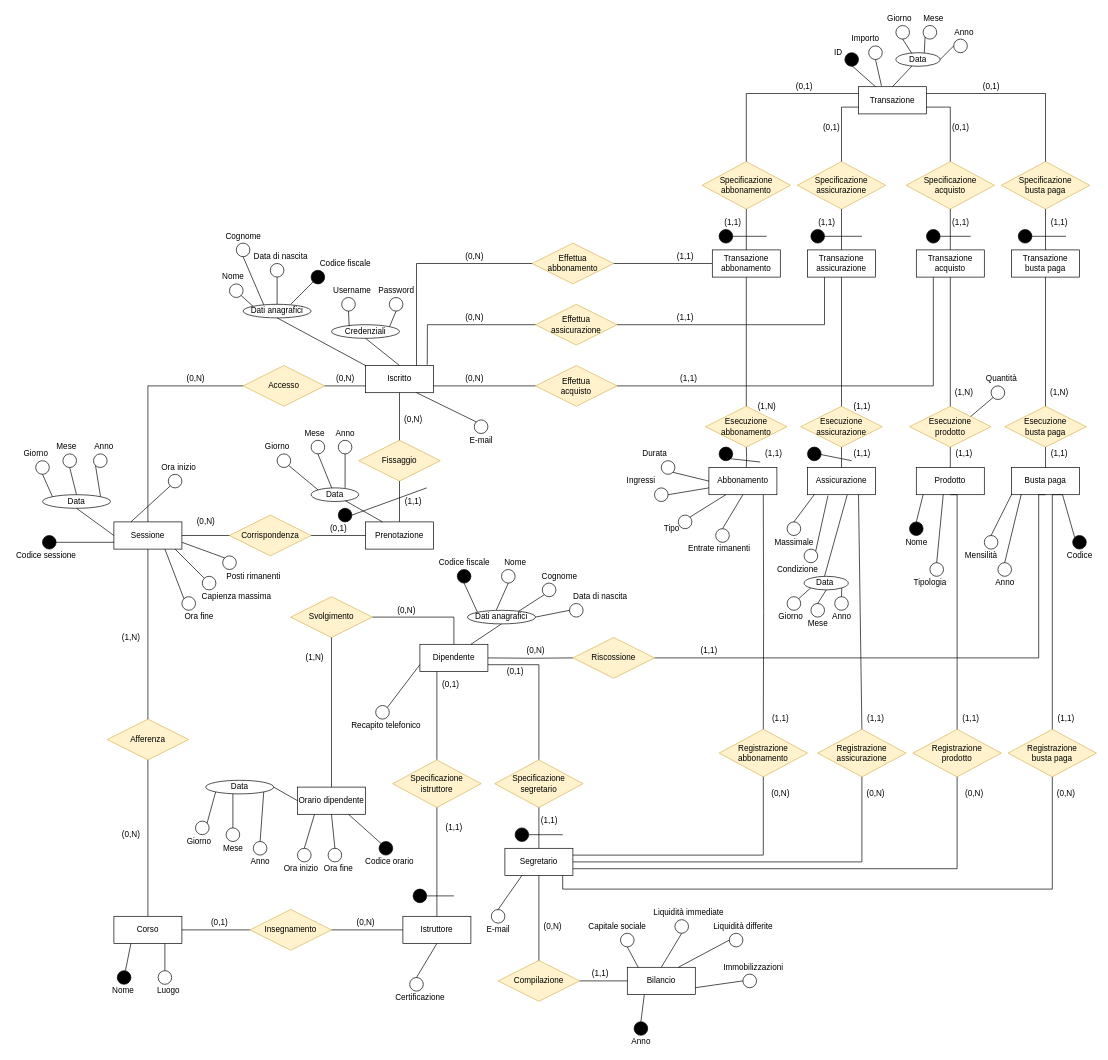
The draw.io diagram Diagrammi ER/ER_senza_gerarchie.drawio in DavideNunin/anconarockclimb, before the edit. Source tidied: cells renumbered, new cells numbered last; positions are measured from the earlier drawing's top-left corner, leaving out a move shared by most shapes. Both pictures are drawn from the tidied source at 68%, with x=0, y=0 at pixel (12, 12).
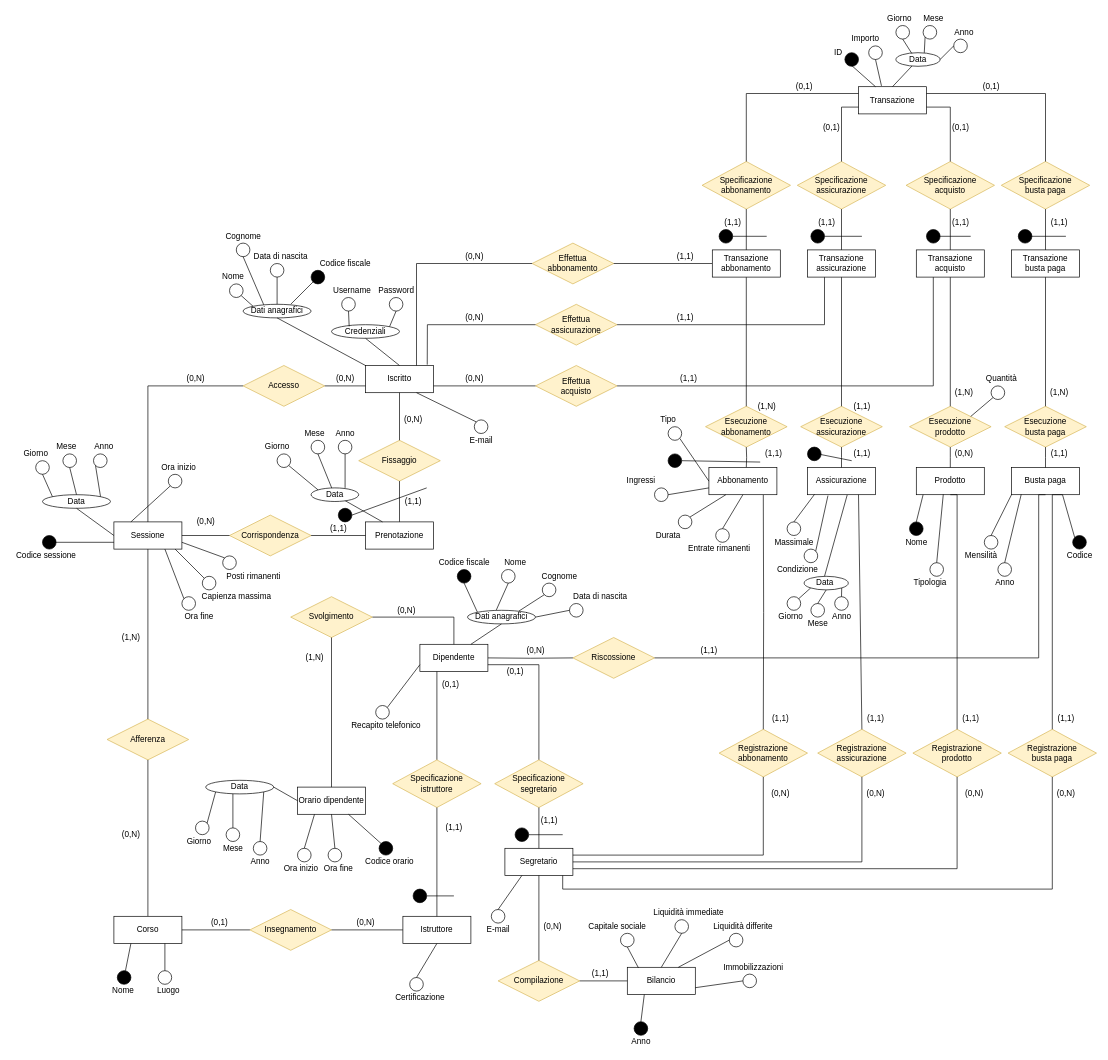
Above is the later version.

The change refers to these unchanged cells:
```xml
<mxCell id="131" value="(1,1)" style="text;html=1;align=center;verticalAlign=middle;points=[];strokeColor=none;fillColor=none;" parent="1" vertex="1">
  <mxGeometry x="1100" y="640" width="40" height="20" as="geometry" />
</mxCell>
```

Change to the diagram source:
```diff
@@
     <mxCell id="87" style="ellipse;whiteSpace=wrap;html=1;glass=0;fillColor=#000000;" parent="1" vertex="1">
-      <mxGeometry x="1040" y="640" width="20" height="20" as="geometry" />
+      <mxGeometry x="965" y="650" width="20" height="20" as="geometry" />
     </mxCell>
-    <mxCell id="88" style="endArrow=none;html=1;rounded=0;exitX=1;exitY=1;exitDx=0;exitDy=0;entryX=0.01;entryY=1.1;entryDx=0;entryDy=0;entryPerimeter=0;" parent="1" edge="1" source="87" target="131">
+    <mxCell id="88" style="endArrow=none;html=1;rounded=0;entryX=0.01;entryY=1.1;entryDx=0;entryDy=0;entryPerimeter=0;exitX=1;exitY=0.5;exitDx=0;exitDy=0;" parent="1" edge="1" source="87" target="131">
       <mxGeometry relative="1" as="geometry" />
     </mxCell>
@@
-    <mxCell id="114" value="(0,1)" style="text;html=1;align=center;verticalAlign=middle;strokeColor=none;fillColor=none;" parent="1" vertex="1">
+    <mxCell id="114" value="(1,1)" style="text;html=1;align=center;verticalAlign=middle;strokeColor=none;fillColor=none;" parent="1" vertex="1">
       <mxGeometry x="460" y="750" width="40" height="20" as="geometry" />
     </mxCell>
@@
-    <mxCell id="135" value="(1,1)" style="text;html=1;align=center;verticalAlign=middle;strokeColor=none;fillColor=none;" parent="1" vertex="1">
+    <mxCell id="135" value="(0,N)" style="text;html=1;align=center;verticalAlign=middle;strokeColor=none;fillColor=none;" parent="1" vertex="1">
       <mxGeometry x="1380" y="640" width="40" height="20" as="geometry" />
     </mxCell>
@@
     <mxCell id="246" style="ellipse;whiteSpace=wrap;html=1;glass=0;" parent="1" vertex="1">
-      <mxGeometry x="955" y="660" width="20" height="20" as="geometry" />
+      <mxGeometry x="965" y="610" width="20" height="20" as="geometry" />
     </mxCell>
-    <mxCell id="247" value="Durata" style="text;html=1;align=center;verticalAlign=middle;strokeColor=none;fillColor=none;" parent="1" vertex="1">
-      <mxGeometry x="920" y="640" width="50" height="20" as="geometry" />
+    <mxCell id="247" value="Tipo" style="text;html=1;align=center;verticalAlign=middle;strokeColor=none;fillColor=none;" parent="1" vertex="1">
+      <mxGeometry x="945" y="590" width="40" height="20" as="geometry" />
     </mxCell>
@@
-    <mxCell id="250" value="Tipo" style="text;html=1;align=center;verticalAlign=middle;strokeColor=none;fillColor=none;" parent="1" vertex="1">
-      <mxGeometry x="950" y="750" width="40" height="20" as="geometry" />
+    <mxCell id="250" value="Durata" style="text;html=1;align=center;verticalAlign=middle;strokeColor=none;fillColor=none;" parent="1" vertex="1">
+      <mxGeometry x="940" y="760" width="50" height="20" as="geometry" />
     </mxCell>
```
